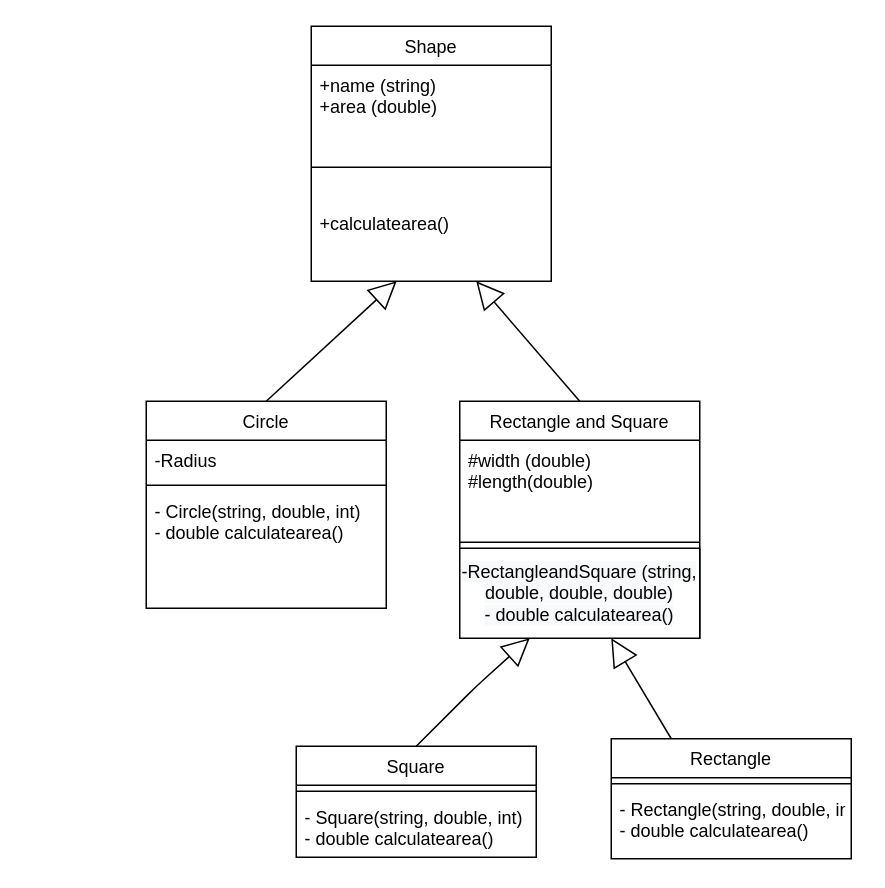
Earlier version of the draw.io diagram Untitled Diagram.drawio (Argosi/JavaLabs). Source tidied: cells renumbered, new cells numbered last; positions are measured from the earlier drawing's top-left corner, leaving out a move shared by most shapes. Both pictures are drawn from the tidied source at 150%, with x=0, y=0 at pixel (146, 26).
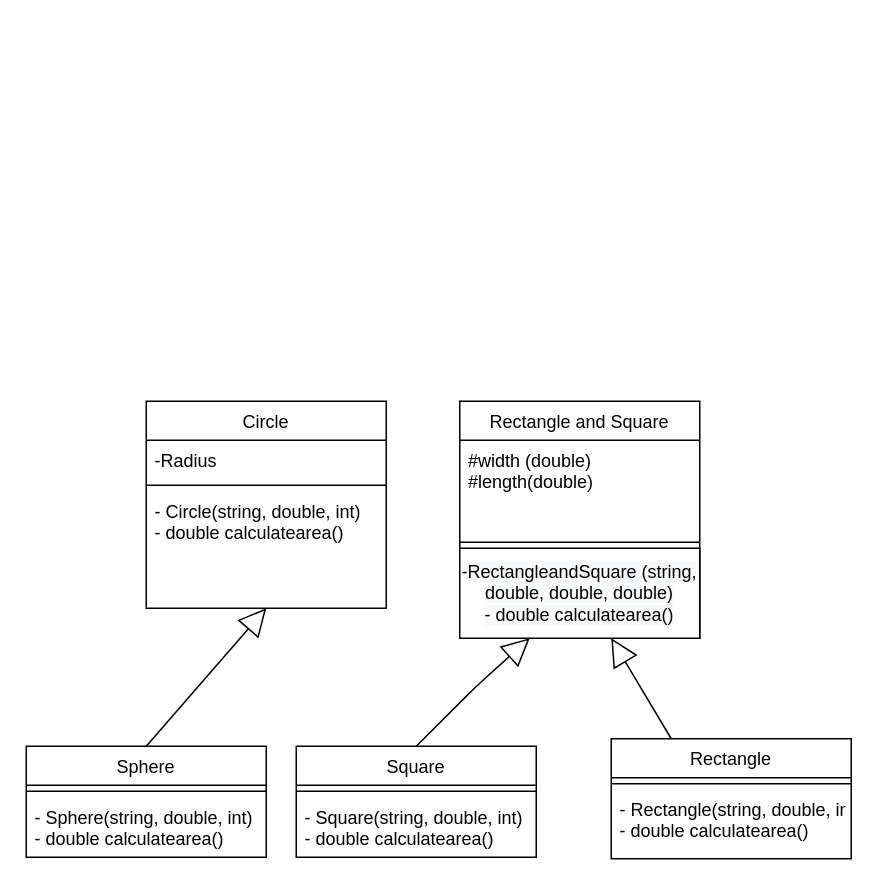
The same diagram, later.

Unchanged cells that the change refers to:
```xml
<mxCell id="2" value="Circle" style="swimlane;fontStyle=0;align=center;verticalAlign=top;horizontal=1;startSize=26;rounded=0;shadow=0;strokeWidth=1;" parent="1" vertex="1">
  <mxGeometry y="250" width="160" height="138" as="geometry" />
</mxCell>
<mxCell id="6" value="Rectangle and Square" style="swimlane;fontStyle=0;align=center;verticalAlign=top;horizontal=1;startSize=26;rounded=0;shadow=0;strokeWidth=1;" parent="1" vertex="1">
  <mxGeometry x="209" y="250" width="160" height="158" as="geometry" />
</mxCell>
```

Change to the diagram source:
```diff
@@
-    <mxCell id="10" value="Shape" style="swimlane;fontStyle=0;align=center;verticalAlign=top;horizontal=1;startSize=26;rounded=0;shadow=0;strokeWidth=1;" parent="1" vertex="1">
-      <mxGeometry x="110" width="160" height="170" as="geometry" />
-    </mxCell>
-    <mxCell id="11" value="+name (string)&#10;+area (double)" style="text;align=left;verticalAlign=top;spacingLeft=4;spacingRight=4;overflow=hidden;" parent="10" vertex="1">
-      <mxGeometry y="26" width="160" height="44" as="geometry" />
-    </mxCell>
-    <mxCell id="12" style="line;html=1;strokeWidth=1;align=left;verticalAlign=middle;spacingTop=-1;spacingLeft=3;spacingRight=3;labelPosition=right;" parent="10" vertex="1">
-      <mxGeometry y="70" width="160" height="48" as="geometry" />
-    </mxCell>
-    <mxCell id="13" value="+calculatearea()" style="text;align=left;verticalAlign=top;spacingLeft=4;spacingRight=4;overflow=hidden;" parent="10" vertex="1">
-      <mxGeometry y="118" width="160" height="26" as="geometry" />
-    </mxCell>
-    <mxCell id="14" style="endArrow=block;endSize=16;endFill=0;html=1;exitX=0.5;exitY=0;exitDx=0;exitDy=0;" parent="10" edge="1" source="2">
-      <mxGeometry relative="1" as="geometry">
-        <mxPoint x="56.9" y="170" as="targetPoint" />
-      </mxGeometry>
-    </mxCell>
@@
-    <mxCell id="23" style="endArrow=block;endSize=16;endFill=0;html=1;entryX=0.75;entryY=1;entryDx=0;entryDy=0;exitX=0.5;exitY=0;exitDx=0;exitDy=0;" parent="1" edge="1" source="6">
-      <mxGeometry relative="1" as="geometry">
-        <mxPoint x="220" y="170" as="targetPoint" />
-      </mxGeometry>
-    </mxCell>
+    <mxCell id="24" value="Sphere" style="swimlane;fontStyle=0;align=center;verticalAlign=top;horizontal=1;startSize=26;rounded=0;shadow=0;strokeWidth=1;" parent="1" vertex="1">
+      <mxGeometry x="-80" y="480" width="160" height="74" as="geometry" />
+    </mxCell>
+    <mxCell id="25" style="line;html=1;strokeWidth=1;align=left;verticalAlign=middle;spacingTop=-1;spacingLeft=3;spacingRight=3;labelPosition=right;" parent="24" vertex="1">
+      <mxGeometry y="26" width="160" height="8" as="geometry" />
+    </mxCell>
+    <mxCell id="26" value="- Sphere(string, double, int)&#10;- double calculatearea()" style="text;align=left;verticalAlign=top;spacingLeft=4;spacingRight=4;overflow=hidden;" parent="24" vertex="1">
+      <mxGeometry y="34" width="160" height="40" as="geometry" />
+    </mxCell>
+    <mxCell id="27" style="endArrow=block;endSize=16;endFill=0;html=1;entryX=0.5;entryY=1;entryDx=0;entryDy=0;exitX=0.5;exitY=0;exitDx=0;exitDy=0;" parent="1" edge="1" source="24" target="2">
+      <mxGeometry relative="1" as="geometry" />
+    </mxCell>
```
